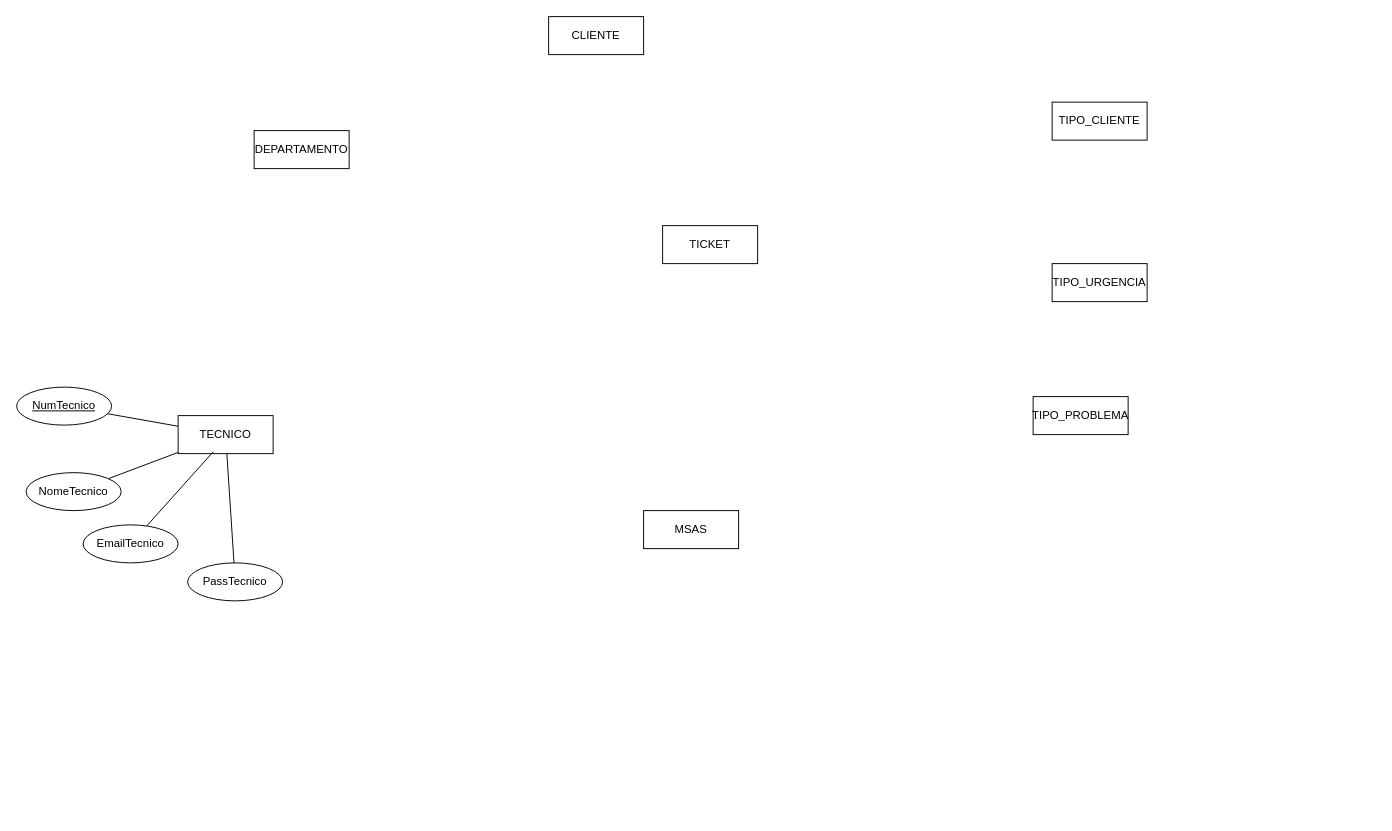
The draw.io diagram SistemaTickets.drawio in Afas09/Analise-de-Sistemas, before the edit. Source tidied: cells renumbered, new cells numbered last; positions are measured from the earlier drawing's top-left corner, leaving out a move shared by most shapes. Both pictures are drawn from the tidied source at 95%, with x=0, y=0 at pixel (16, 16).
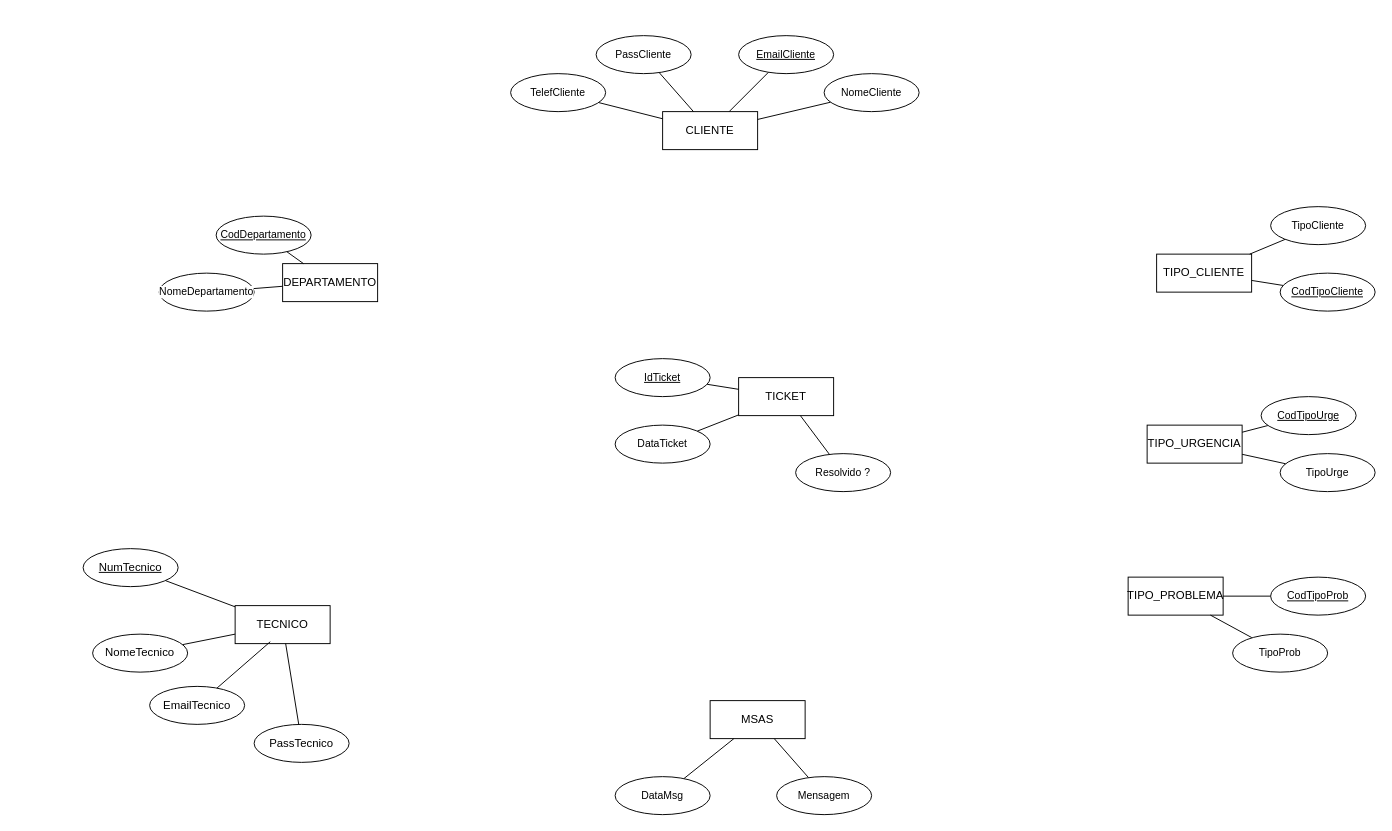
Above is the later version.

Change to the diagram source:
```diff
@@
     <mxCell id="2" value="DEPARTAMENTO" style="whiteSpace=wrap;html=1;align=center;" parent="1" vertex="1">
-      <mxGeometry x="250" y="120" width="100" height="40" as="geometry" />
+      <mxGeometry x="280" y="260" width="100" height="40" as="geometry" />
     </mxCell>
     <mxCell id="3" value="TECNICO" style="whiteSpace=wrap;html=1;align=center;" parent="1" vertex="1">
-      <mxGeometry x="170" y="420" width="100" height="40" as="geometry" />
+      <mxGeometry x="230" y="620" width="100" height="40" as="geometry" />
     </mxCell>
     <mxCell id="4" value="CLIENTE" style="whiteSpace=wrap;html=1;align=center;" parent="1" vertex="1">
-      <mxGeometry x="560" width="100" height="40" as="geometry" />
+      <mxGeometry x="680" y="100" width="100" height="40" as="geometry" />
     </mxCell>
     <mxCell id="5" value="TIPO_CLIENTE" style="whiteSpace=wrap;html=1;align=center;" parent="1" vertex="1">
-      <mxGeometry x="1090" y="90" width="100" height="40" as="geometry" />
+      <mxGeometry x="1200" y="250" width="100" height="40" as="geometry" />
     </mxCell>
     <mxCell id="6" value="TIPO_URGENCIA" style="whiteSpace=wrap;html=1;align=center;" parent="1" vertex="1">
-      <mxGeometry x="1090" y="260" width="100" height="40" as="geometry" />
+      <mxGeometry x="1190" y="430" width="100" height="40" as="geometry" />
     </mxCell>
     <mxCell id="7" value="TIPO_PROBLEMA" style="whiteSpace=wrap;html=1;align=center;" parent="1" vertex="1">
-      <mxGeometry x="1070" y="400" width="100" height="40" as="geometry" />
+      <mxGeometry x="1170" y="590" width="100" height="40" as="geometry" />
     </mxCell>
     <mxCell id="8" value="TICKET" style="whiteSpace=wrap;html=1;align=center;" parent="1" vertex="1">
-      <mxGeometry x="680" y="220" width="100" height="40" as="geometry" />
+      <mxGeometry x="760" y="380" width="100" height="40" as="geometry" />
     </mxCell>
     <mxCell id="9" value="MSAS" style="whiteSpace=wrap;html=1;align=center;" parent="1" vertex="1">
-      <mxGeometry x="660" y="520" width="100" height="40" as="geometry" />
+      <mxGeometry x="730" y="720" width="100" height="40" as="geometry" />
     </mxCell>
@@
     <mxCell id="11" value="NumTecnico" style="ellipse;whiteSpace=wrap;html=1;align=center;fontStyle=4;" parent="1" vertex="1">
-      <mxGeometry y="390" width="100" height="40" as="geometry" />
+      <mxGeometry x="70" y="560" width="100" height="40" as="geometry" />
     </mxCell>
@@
     <mxCell id="13" value="NomeTecnico" style="ellipse;whiteSpace=wrap;html=1;align=center;" parent="1" vertex="1">
-      <mxGeometry x="10" y="480" width="100" height="40" as="geometry" />
+      <mxGeometry x="80" y="650" width="100" height="40" as="geometry" />
     </mxCell>
     <mxCell id="14" value="EmailTecnico" style="ellipse;whiteSpace=wrap;html=1;align=center;" parent="1" vertex="1">
-      <mxGeometry x="70" y="535" width="100" height="40" as="geometry" />
+      <mxGeometry x="140" y="705" width="100" height="40" as="geometry" />
     </mxCell>
@@
     <mxCell id="16" value="PassTecnico" style="ellipse;whiteSpace=wrap;html=1;align=center;" parent="1" vertex="1">
-      <mxGeometry x="180" y="575" width="100" height="40" as="geometry" />
+      <mxGeometry x="250" y="745" width="100" height="40" as="geometry" />
     </mxCell>
@@
+    <mxCell id="18" style="edgeStyle=none;shape=connector;rounded=0;jettySize=auto;html=1;strokeColor=default;align=center;verticalAlign=middle;fontFamily=Helvetica;fontSize=11;fontColor=default;labelBackgroundColor=default;endArrow=none;endFill=0;" parent="1" edge="1" source="19" target="9">
+      <mxGeometry relative="1" as="geometry" />
+    </mxCell>
+    <mxCell id="19" value="DataMsg" style="ellipse;whiteSpace=wrap;html=1;align=center;fontFamily=Helvetica;fontSize=11;fontColor=default;labelBackgroundColor=default;" parent="1" vertex="1">
+      <mxGeometry x="630" y="800" width="100" height="40" as="geometry" />
+    </mxCell>
+    <mxCell id="20" style="edgeStyle=none;shape=connector;rounded=0;jettySize=auto;html=1;strokeColor=default;align=center;verticalAlign=middle;fontFamily=Helvetica;fontSize=11;fontColor=default;labelBackgroundColor=default;endArrow=none;endFill=0;" parent="1" edge="1" source="21" target="9">
+      <mxGeometry relative="1" as="geometry" />
+    </mxCell>
+    <mxCell id="21" value="Mensagem" style="ellipse;whiteSpace=wrap;html=1;align=center;fontFamily=Helvetica;fontSize=11;fontColor=default;labelBackgroundColor=default;" parent="1" vertex="1">
+      <mxGeometry x="800" y="800" width="100" height="40" as="geometry" />
+    </mxCell>
+    <mxCell id="22" style="edgeStyle=none;shape=connector;rounded=0;jettySize=auto;html=1;strokeColor=default;align=center;verticalAlign=middle;fontFamily=Helvetica;fontSize=11;fontColor=default;labelBackgroundColor=default;endArrow=none;endFill=0;" parent="1" edge="1" source="23" target="7">
+      <mxGeometry relative="1" as="geometry" />
+    </mxCell>
+    <mxCell id="23" value="TipoProb" style="ellipse;whiteSpace=wrap;html=1;align=center;fontFamily=Helvetica;fontSize=11;fontColor=default;labelBackgroundColor=default;" parent="1" vertex="1">
+      <mxGeometry x="1280" y="650" width="100" height="40" as="geometry" />
+    </mxCell>
+    <mxCell id="24" style="edgeStyle=none;shape=connector;rounded=0;jettySize=auto;html=1;strokeColor=default;align=center;verticalAlign=middle;fontFamily=Helvetica;fontSize=11;fontColor=default;labelBackgroundColor=default;endArrow=none;endFill=0;" parent="1" edge="1" source="25" target="7">
+      <mxGeometry relative="1" as="geometry" />
+    </mxCell>
+    <mxCell id="25" value="CodTipoProb" style="ellipse;whiteSpace=wrap;html=1;align=center;fontStyle=4;fontFamily=Helvetica;fontSize=11;fontColor=default;labelBackgroundColor=default;" parent="1" vertex="1">
+      <mxGeometry x="1320" y="590" width="100" height="40" as="geometry" />
+    </mxCell>
+    <mxCell id="26" style="edgeStyle=none;shape=connector;rounded=0;jettySize=auto;html=1;strokeColor=default;align=center;verticalAlign=middle;fontFamily=Helvetica;fontSize=11;fontColor=default;labelBackgroundColor=default;endArrow=none;endFill=0;" parent="1" edge="1" source="27" target="6">
+      <mxGeometry relative="1" as="geometry" />
+    </mxCell>
+    <mxCell id="27" value="TipoUrge" style="ellipse;whiteSpace=wrap;html=1;align=center;fontFamily=Helvetica;fontSize=11;fontColor=default;labelBackgroundColor=default;" parent="1" vertex="1">
+      <mxGeometry x="1330" y="460" width="100" height="40" as="geometry" />
+    </mxCell>
+    <mxCell id="28" style="edgeStyle=none;shape=connector;rounded=0;jettySize=auto;html=1;strokeColor=default;align=center;verticalAlign=middle;fontFamily=Helvetica;fontSize=11;fontColor=default;labelBackgroundColor=default;endArrow=none;endFill=0;" parent="1" edge="1" source="29" target="6">
+      <mxGeometry relative="1" as="geometry" />
+    </mxCell>
+    <mxCell id="29" value="CodTipoUrge" style="ellipse;whiteSpace=wrap;html=1;align=center;fontStyle=4;fontFamily=Helvetica;fontSize=11;fontColor=default;labelBackgroundColor=default;" parent="1" vertex="1">
+      <mxGeometry x="1310" y="400" width="100" height="40" as="geometry" />
+    </mxCell>
+    <mxCell id="30" style="edgeStyle=none;shape=connector;rounded=0;jettySize=auto;html=1;strokeColor=default;align=center;verticalAlign=middle;fontFamily=Helvetica;fontSize=11;fontColor=default;labelBackgroundColor=default;endArrow=none;endFill=0;" parent="1" edge="1" source="31" target="5">
+      <mxGeometry relative="1" as="geometry" />
+    </mxCell>
+    <mxCell id="31" value="CodTipoCliente" style="ellipse;whiteSpace=wrap;html=1;align=center;fontStyle=4;fontFamily=Helvetica;fontSize=11;fontColor=default;labelBackgroundColor=default;" parent="1" vertex="1">
+      <mxGeometry x="1330" y="270" width="100" height="40" as="geometry" />
+    </mxCell>
+    <mxCell id="32" style="edgeStyle=none;shape=connector;rounded=0;jettySize=auto;html=1;strokeColor=default;align=center;verticalAlign=middle;fontFamily=Helvetica;fontSize=11;fontColor=default;labelBackgroundColor=default;endArrow=none;endFill=0;" parent="1" edge="1" source="33" target="5">
+      <mxGeometry relative="1" as="geometry" />
+    </mxCell>
+    <mxCell id="33" value="TipoCliente" style="ellipse;whiteSpace=wrap;html=1;align=center;fontFamily=Helvetica;fontSize=11;fontColor=default;labelBackgroundColor=default;" parent="1" vertex="1">
+      <mxGeometry x="1320" y="200" width="100" height="40" as="geometry" />
+    </mxCell>
+    <mxCell id="34" style="edgeStyle=none;shape=connector;rounded=0;jettySize=auto;html=1;strokeColor=default;align=center;verticalAlign=middle;fontFamily=Helvetica;fontSize=11;fontColor=default;labelBackgroundColor=default;endArrow=none;endFill=0;" parent="1" edge="1" source="35" target="8">
+      <mxGeometry relative="1" as="geometry" />
+    </mxCell>
+    <mxCell id="35" value="IdTicket" style="ellipse;whiteSpace=wrap;html=1;align=center;fontStyle=4;fontFamily=Helvetica;fontSize=11;fontColor=default;labelBackgroundColor=default;" parent="1" vertex="1">
+      <mxGeometry x="630" y="360" width="100" height="40" as="geometry" />
+    </mxCell>
+    <mxCell id="36" style="edgeStyle=none;shape=connector;rounded=0;jettySize=auto;html=1;strokeColor=default;align=center;verticalAlign=middle;fontFamily=Helvetica;fontSize=11;fontColor=default;labelBackgroundColor=default;endArrow=none;endFill=0;" parent="1" edge="1" source="37" target="8">
+      <mxGeometry relative="1" as="geometry" />
+    </mxCell>
+    <mxCell id="37" value="DataTicket" style="ellipse;whiteSpace=wrap;html=1;align=center;fontFamily=Helvetica;fontSize=11;fontColor=default;labelBackgroundColor=default;" parent="1" vertex="1">
+      <mxGeometry x="630" y="430" width="100" height="40" as="geometry" />
+    </mxCell>
+    <mxCell id="38" style="edgeStyle=none;shape=connector;rounded=0;jettySize=auto;html=1;strokeColor=default;align=center;verticalAlign=middle;fontFamily=Helvetica;fontSize=11;fontColor=default;labelBackgroundColor=default;endArrow=none;endFill=0;" parent="1" edge="1" source="39" target="8">
+      <mxGeometry relative="1" as="geometry" />
+    </mxCell>
+    <mxCell id="39" value="Resolvido ?" style="ellipse;whiteSpace=wrap;html=1;align=center;fontFamily=Helvetica;fontSize=11;fontColor=default;labelBackgroundColor=default;" parent="1" vertex="1">
+      <mxGeometry x="820" y="460" width="100" height="40" as="geometry" />
+    </mxCell>
+    <mxCell id="40" style="edgeStyle=none;shape=connector;rounded=0;jettySize=auto;html=1;strokeColor=default;align=center;verticalAlign=middle;fontFamily=Helvetica;fontSize=11;fontColor=default;labelBackgroundColor=default;endArrow=none;endFill=0;" parent="1" edge="1" source="41" target="4">
+      <mxGeometry relative="1" as="geometry" />
+    </mxCell>
+    <mxCell id="41" value="EmailCliente" style="ellipse;whiteSpace=wrap;html=1;align=center;fontStyle=4;fontFamily=Helvetica;fontSize=11;fontColor=default;labelBackgroundColor=default;" parent="1" vertex="1">
+      <mxGeometry x="760" y="20" width="100" height="40" as="geometry" />
+    </mxCell>
+    <mxCell id="42" style="edgeStyle=none;shape=connector;rounded=0;jettySize=auto;html=1;strokeColor=default;align=center;verticalAlign=middle;fontFamily=Helvetica;fontSize=11;fontColor=default;labelBackgroundColor=default;endArrow=none;endFill=0;" parent="1" edge="1" source="43" target="4">
+      <mxGeometry relative="1" as="geometry" />
+    </mxCell>
+    <mxCell id="43" value="NomeCliente" style="ellipse;whiteSpace=wrap;html=1;align=center;fontFamily=Helvetica;fontSize=11;fontColor=default;labelBackgroundColor=default;" parent="1" vertex="1">
+      <mxGeometry x="850" y="60" width="100" height="40" as="geometry" />
+    </mxCell>
+    <mxCell id="44" style="edgeStyle=none;shape=connector;rounded=0;jettySize=auto;html=1;strokeColor=default;align=center;verticalAlign=middle;fontFamily=Helvetica;fontSize=11;fontColor=default;labelBackgroundColor=default;endArrow=none;endFill=0;" parent="1" edge="1" source="45" target="4">
+      <mxGeometry relative="1" as="geometry" />
+    </mxCell>
+    <mxCell id="45" value="PassCliente" style="ellipse;whiteSpace=wrap;html=1;align=center;fontFamily=Helvetica;fontSize=11;fontColor=default;labelBackgroundColor=default;" parent="1" vertex="1">
+      <mxGeometry x="610" y="20" width="100" height="40" as="geometry" />
+    </mxCell>
+    <mxCell id="46" style="edgeStyle=none;shape=connector;rounded=0;jettySize=auto;html=1;strokeColor=default;align=center;verticalAlign=middle;fontFamily=Helvetica;fontSize=11;fontColor=default;labelBackgroundColor=default;endArrow=none;endFill=0;" parent="1" edge="1" source="47" target="4">
+      <mxGeometry relative="1" as="geometry" />
+    </mxCell>
+    <mxCell id="47" value="TelefCliente" style="ellipse;whiteSpace=wrap;html=1;align=center;fontFamily=Helvetica;fontSize=11;fontColor=default;labelBackgroundColor=default;" parent="1" vertex="1">
+      <mxGeometry x="520" y="60" width="100" height="40" as="geometry" />
+    </mxCell>
+    <mxCell id="48" style="edgeStyle=none;shape=connector;rounded=0;jettySize=auto;html=1;strokeColor=default;align=center;verticalAlign=middle;fontFamily=Helvetica;fontSize=11;fontColor=default;labelBackgroundColor=default;endArrow=none;endFill=0;" parent="1" edge="1" source="49" target="2">
+      <mxGeometry relative="1" as="geometry" />
+    </mxCell>
+    <mxCell id="49" value="CodDepartamento" style="ellipse;whiteSpace=wrap;html=1;align=center;fontStyle=4;fontFamily=Helvetica;fontSize=11;fontColor=default;labelBackgroundColor=default;" parent="1" vertex="1">
+      <mxGeometry x="210" y="210" width="100" height="40" as="geometry" />
+    </mxCell>
+    <mxCell id="50" style="edgeStyle=none;shape=connector;rounded=0;jettySize=auto;html=1;strokeColor=default;align=center;verticalAlign=middle;fontFamily=Helvetica;fontSize=11;fontColor=default;labelBackgroundColor=default;endArrow=none;endFill=0;" parent="1" edge="1" source="51" target="2">
+      <mxGeometry relative="1" as="geometry" />
+    </mxCell>
+    <mxCell id="51" value="NomeDepartamento" style="ellipse;whiteSpace=wrap;html=1;align=center;fontFamily=Helvetica;fontSize=11;fontColor=default;labelBackgroundColor=default;" parent="1" vertex="1">
+      <mxGeometry x="150" y="270" width="100" height="40" as="geometry" />
+    </mxCell>
```
